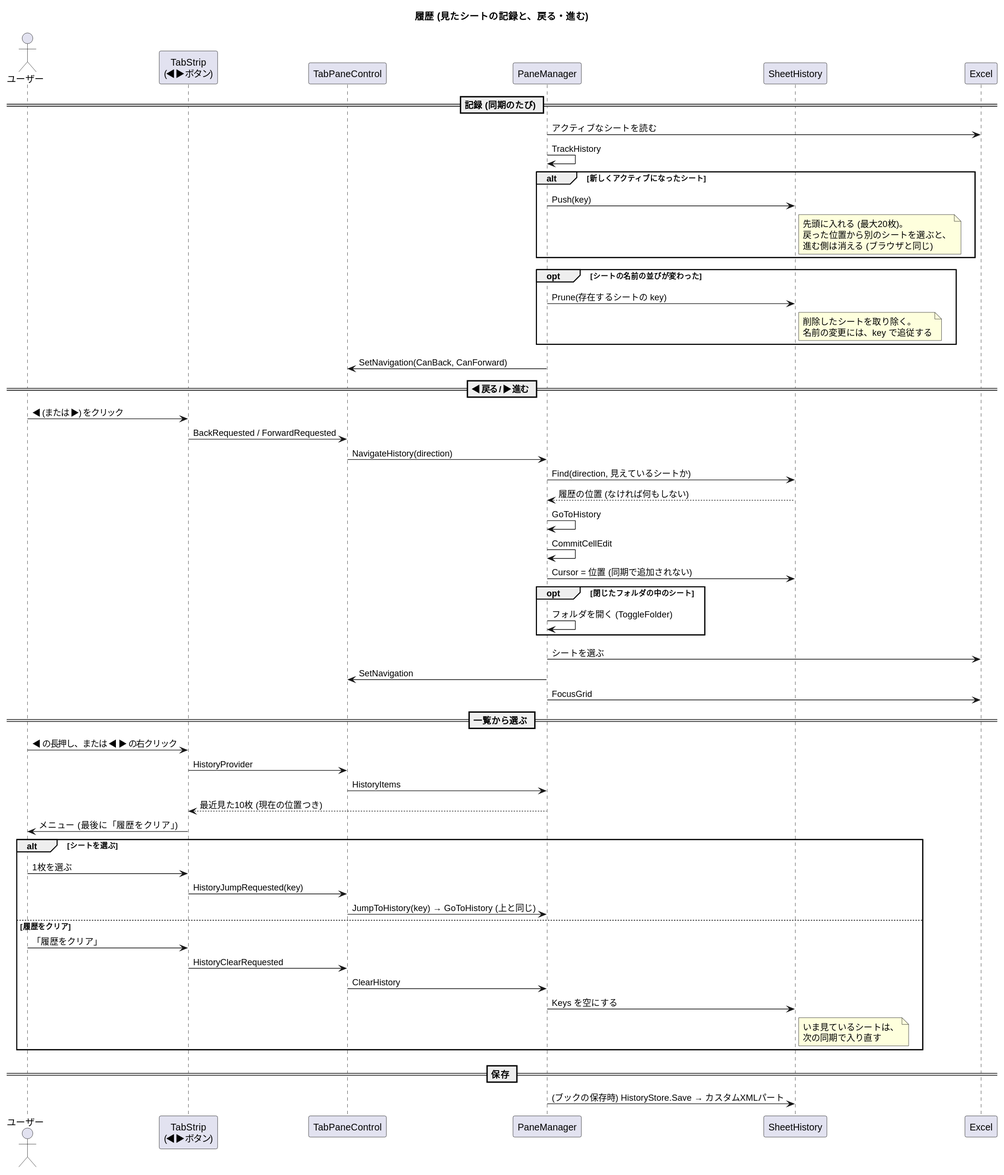
The PlantUML diagram docs/sequence-history.svg in nk-taka623/VerticalSheetTabs, before a commit. Source of this version:
```plantuml
@startuml
title 履歴 (見たシートの記録と、戻る・進む)
skinparam shadowing false
skinparam sequenceMessageAlign left

actor "ユーザー" as U
participant "TabStrip\n(◀ ▶ ボタン)" as S
participant "TabPaneControl" as C
participant "PaneManager" as P
participant "SheetHistory" as H
participant "Excel" as XL

== 記録 (同期のたび) ==
P -> XL : アクティブなシートを読む
P -> P : TrackHistory
alt 新しくアクティブになったシート
  P -> H : Push(key)
  note right of H : 先頭に入れる (最大20枚)。\n戻った位置から別のシートを選ぶと、\n進む側は消える (ブラウザと同じ)
end
opt シートの名前の並びが変わった
  P -> H : Prune(存在するシートの key)
  note right of H : 削除したシートを取り除く。\n名前の変更には、key で追従する
end
P -> C : SetNavigation(CanBack, CanForward)

== ◀ 戻る / ▶ 進む ==
U -> S : ◀ (または ▶) をクリック
S -> C : BackRequested / ForwardRequested
C -> P : NavigateHistory(direction)
P -> H : Find(direction, 見えているシートか)
H --> P : 履歴の位置 (なければ何もしない)
P -> P : GoToHistory
P -> P : CommitCellEdit
P -> H : Cursor = 位置 (同期で追加されない)
opt 閉じたフォルダの中のシート
  P -> P : フォルダを開く (ToggleFolder)
end
P -> XL : シートを選ぶ
P -> C : SetNavigation
P -> XL : FocusGrid

== 一覧から選ぶ ==
U -> S : ◀ の長押し、または ◀ ▶ の右クリック
S -> C : HistoryProvider
C -> P : HistoryItems
P --> S : 最近見た10枚 (現在の位置つき)
S -> U : メニュー (最後に「履歴をクリア」)
alt シートを選ぶ
  U -> S : 1枚を選ぶ
  S -> C : HistoryJumpRequested(key)
  C -> P : JumpToHistory(key) → GoToHistory (上と同じ)
else 履歴をクリア
  U -> S : 「履歴をクリア」
  S -> C : HistoryClearRequested
  C -> P : ClearHistory
  P -> H : Keys を空にする
  note right of H : いま見ているシートは、\n次の同期で入り直す
end

== 保存 ==
P -> H : (ブックの保存時) HistoryStore.Save → カスタムXMLパート
@enduml
```
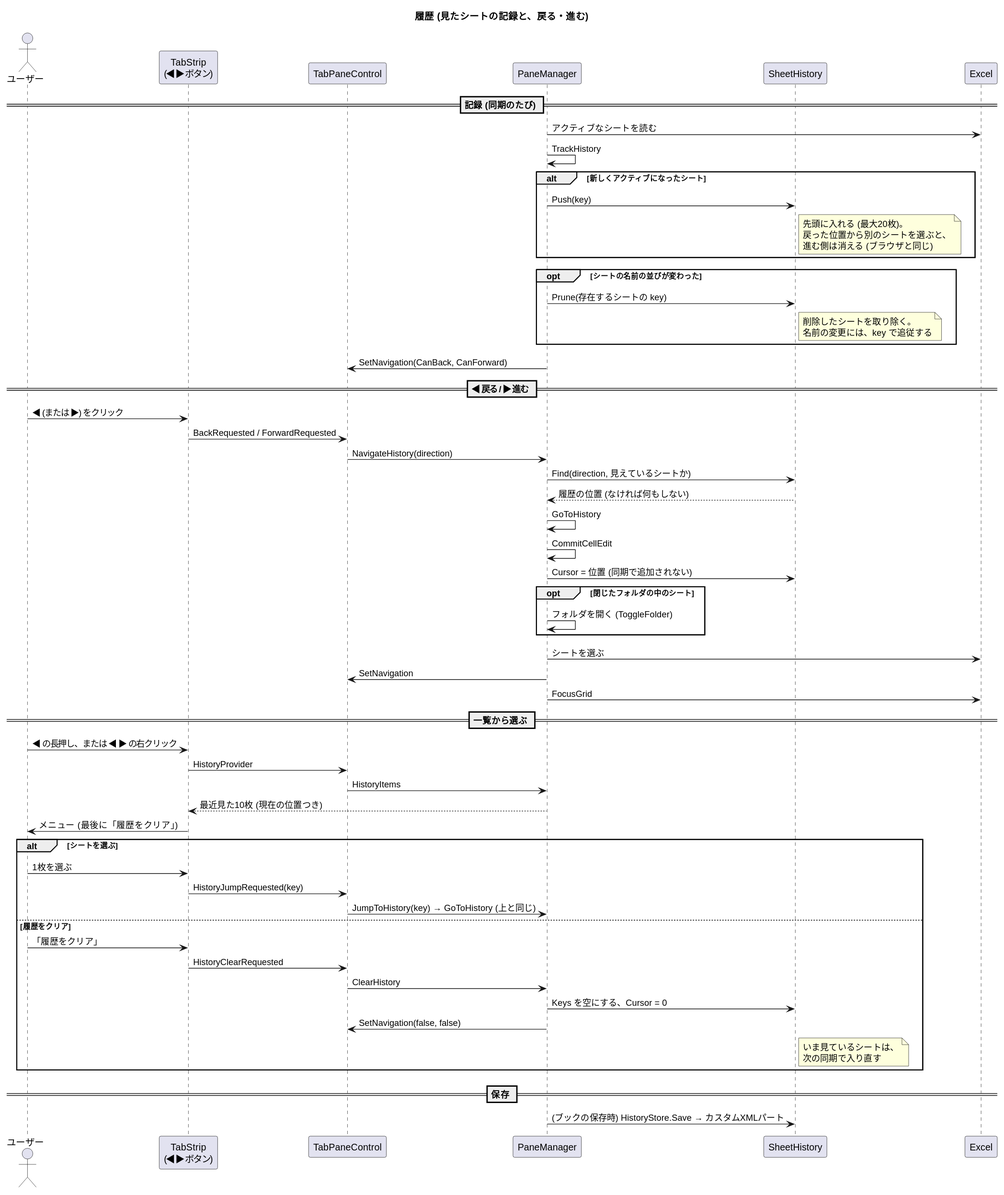
Above is the later version.

Change to the diagram source:
```diff
@@ -53,7 +53,8 @@
   U -> S : 「履歴をクリア」
   S -> C : HistoryClearRequested
   C -> P : ClearHistory
-  P -> H : Keys を空にする
+  P -> H : Keys を空にする、Cursor = 0
+  P -> C : SetNavigation(false, false)
   note right of H : いま見ているシートは、\n次の同期で入り直す
 end
 
```
